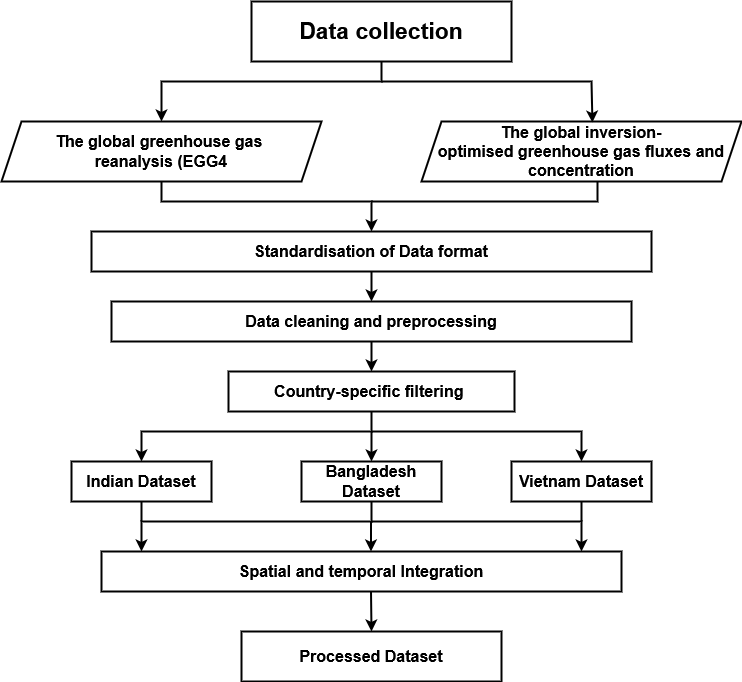
This is image/Architecture.png from abira-sengupta/Methane-Rice-paddies, a draw.io export, as it was before one commit. Source tidied: cells renumbered, new cells last; positions are measured from the earlier drawing's top-left corner, leaving out a move shared by most shapes. Source of this version:
```xml
<mxGraphModel>
  <root>
    <mxCell id="0" />
    <mxCell id="1" parent="0" />
    <mxCell id="2" value="&lt;b&gt;&lt;font style=&quot;font-size: 23px;&quot;&gt;Data collection&lt;/font&gt;&lt;/b&gt;" style="rounded=0;whiteSpace=wrap;html=1;strokeWidth=2;" parent="1" vertex="1">
      <mxGeometry x="250" width="260" height="60" as="geometry" />
    </mxCell>
    <mxCell id="3" value="&lt;b&gt;&lt;font style=&quot;font-size: 16px;&quot;&gt;The global greenhouse gas&amp;nbsp;&lt;/font&gt;&lt;/b&gt;&lt;div&gt;&lt;b&gt;&lt;font style=&quot;font-size: 16px;&quot;&gt;reanalysis (EGG4&lt;/font&gt;&lt;/b&gt;&lt;/div&gt;" style="shape=parallelogram;perimeter=parallelogramPerimeter;whiteSpace=wrap;html=1;fixedSize=1;strokeWidth=2;" parent="1" vertex="1">
      <mxGeometry y="120" width="320" height="60" as="geometry" />
    </mxCell>
    <mxCell id="4" value="&lt;div&gt;&lt;b&gt;&lt;font style=&quot;font-size: 16px;&quot;&gt;The global inversion-&lt;/font&gt;&lt;/b&gt;&lt;/div&gt;&lt;div&gt;&lt;b&gt;&lt;font style=&quot;font-size: 16px;&quot;&gt;optimised greenhouse gas fluxes and concentration&lt;/font&gt;&lt;/b&gt;&lt;/div&gt;" style="shape=parallelogram;perimeter=parallelogramPerimeter;whiteSpace=wrap;html=1;fixedSize=1;strokeWidth=2;" parent="1" vertex="1">
      <mxGeometry x="420" y="120" width="320" height="60" as="geometry" />
    </mxCell>
    <mxCell id="5" style="endArrow=classic;html=1;rounded=0;entryX=0.5;entryY=0;entryDx=0;entryDy=0;strokeWidth=2;exitX=0.5;exitY=1;exitDx=0;exitDy=0;" parent="1" edge="1" source="2" target="3">
      <mxGeometry relative="1" as="geometry">
        <Array as="points">
          <mxPoint x="380" y="80" />
          <mxPoint x="160" y="80" />
        </Array>
      </mxGeometry>
    </mxCell>
    <mxCell id="6" style="endArrow=classic;html=1;rounded=0;entryX=0.534;entryY=0.017;entryDx=0;entryDy=0;entryPerimeter=0;strokeWidth=2;" parent="1" edge="1" target="4">
      <mxGeometry relative="1" as="geometry">
        <mxPoint x="380" y="80" as="sourcePoint" />
        <Array as="points">
          <mxPoint x="590" y="80" />
        </Array>
      </mxGeometry>
    </mxCell>
    <mxCell id="7" value="&lt;b&gt;&lt;font style=&quot;font-size: 16px;&quot;&gt;Standardisation of Data format&lt;/font&gt;&lt;/b&gt;" style="rounded=0;whiteSpace=wrap;html=1;strokeWidth=2;" parent="1" vertex="1">
      <mxGeometry x="90" y="230" width="560" height="40" as="geometry" />
    </mxCell>
    <mxCell id="8" style="endArrow=classic;html=1;rounded=0;exitX=0.5;exitY=1;exitDx=0;exitDy=0;entryX=0.5;entryY=0;entryDx=0;entryDy=0;strokeWidth=2;" parent="1" edge="1" source="3" target="7">
      <mxGeometry relative="1" as="geometry">
        <Array as="points">
          <mxPoint x="160" y="200" />
          <mxPoint x="370" y="200" />
        </Array>
      </mxGeometry>
    </mxCell>
    <mxCell id="9" style="endArrow=none;html=1;rounded=0;entryX=0.55;entryY=1;entryDx=0;entryDy=0;entryPerimeter=0;strokeWidth=2;" parent="1" edge="1" target="4">
      <mxGeometry relative="1" as="geometry">
        <mxPoint x="370" y="200" as="sourcePoint" />
        <Array as="points">
          <mxPoint x="596" y="200" />
        </Array>
      </mxGeometry>
    </mxCell>
    <mxCell id="10" value="&lt;b&gt;&lt;font style=&quot;font-size: 16px;&quot;&gt;Data cleaning and preprocessing&lt;/font&gt;&lt;/b&gt;" style="rounded=0;whiteSpace=wrap;html=1;strokeWidth=2;" parent="1" vertex="1">
      <mxGeometry x="110" y="300" width="520" height="40" as="geometry" />
    </mxCell>
    <mxCell id="11" style="endArrow=classic;html=1;rounded=0;exitX=0.5;exitY=1;exitDx=0;exitDy=0;entryX=0.5;entryY=0;entryDx=0;entryDy=0;strokeWidth=2;" parent="1" edge="1" source="7" target="10">
      <mxGeometry relative="1" as="geometry" />
    </mxCell>
    <mxCell id="12" value="&lt;b&gt;&lt;font style=&quot;font-size: 16px;&quot;&gt;Country-specific filtering&amp;nbsp;&lt;/font&gt;&lt;/b&gt;" style="rounded=0;whiteSpace=wrap;html=1;strokeWidth=2;" parent="1" vertex="1">
      <mxGeometry x="227" y="370" width="286" height="40" as="geometry" />
    </mxCell>
    <mxCell id="13" style="endArrow=classic;html=1;rounded=0;entryX=0.5;entryY=0;entryDx=0;entryDy=0;exitX=0.5;exitY=1;exitDx=0;exitDy=0;strokeWidth=2;" parent="1" edge="1" source="10" target="12">
      <mxGeometry relative="1" as="geometry" />
    </mxCell>
    <mxCell id="14" value="&lt;font style=&quot;font-size: 16px;&quot;&gt;&lt;b&gt;Indian Dataset&lt;/b&gt;&lt;/font&gt;" style="rounded=0;whiteSpace=wrap;html=1;strokeWidth=2;" parent="1" vertex="1">
      <mxGeometry x="70" y="460" width="140" height="40" as="geometry" />
    </mxCell>
    <mxCell id="15" value="&lt;font style=&quot;font-size: 16px;&quot;&gt;&lt;b&gt;Bangladesh Dataset&lt;/b&gt;&lt;/font&gt;" style="rounded=0;whiteSpace=wrap;html=1;strokeWidth=2;" parent="1" vertex="1">
      <mxGeometry x="300" y="460" width="140" height="40" as="geometry" />
    </mxCell>
    <mxCell id="16" value="&lt;font style=&quot;font-size: 16px;&quot;&gt;&lt;b&gt;Vietnam Dataset&lt;/b&gt;&lt;/font&gt;" style="rounded=0;whiteSpace=wrap;html=1;strokeWidth=2;" parent="1" vertex="1">
      <mxGeometry x="510" y="460" width="140" height="40" as="geometry" />
    </mxCell>
    <mxCell id="17" style="endArrow=classic;html=1;rounded=0;entryX=0.5;entryY=0;entryDx=0;entryDy=0;exitX=0.5;exitY=1;exitDx=0;exitDy=0;strokeWidth=2;" parent="1" edge="1" source="12" target="14">
      <mxGeometry relative="1" as="geometry">
        <Array as="points">
          <mxPoint x="370" y="430" />
          <mxPoint x="140" y="430" />
        </Array>
      </mxGeometry>
    </mxCell>
    <mxCell id="18" style="endArrow=classic;html=1;rounded=0;entryX=0.5;entryY=0;entryDx=0;entryDy=0;strokeWidth=2;" parent="1" edge="1" target="16">
      <mxGeometry relative="1" as="geometry">
        <mxPoint x="370" y="430" as="sourcePoint" />
        <Array as="points">
          <mxPoint x="580" y="430" />
        </Array>
      </mxGeometry>
    </mxCell>
    <mxCell id="19" style="endArrow=classic;html=1;rounded=0;entryX=0.5;entryY=0;entryDx=0;entryDy=0;strokeWidth=2;" parent="1" edge="1" target="15">
      <mxGeometry relative="1" as="geometry">
        <mxPoint x="370" y="430" as="sourcePoint" />
      </mxGeometry>
    </mxCell>
    <mxCell id="20" value="&lt;b&gt;&lt;font style=&quot;font-size: 16px;&quot;&gt;Spatial and temporal Integration&lt;/font&gt;&lt;/b&gt;" style="rounded=0;whiteSpace=wrap;html=1;strokeWidth=2;" parent="1" vertex="1">
      <mxGeometry x="100" y="550" width="520" height="40" as="geometry" />
    </mxCell>
    <mxCell id="21" style="endArrow=classic;html=1;rounded=0;entryX=0.5;entryY=0;entryDx=0;entryDy=0;exitX=0.5;exitY=1;exitDx=0;exitDy=0;strokeWidth=2;" parent="1" edge="1">
      <mxGeometry relative="1" as="geometry">
        <mxPoint x="370" y="500" as="sourcePoint" />
        <mxPoint x="140" y="550" as="targetPoint" />
        <Array as="points">
          <mxPoint x="370" y="520" />
          <mxPoint x="140" y="520" />
        </Array>
      </mxGeometry>
    </mxCell>
    <mxCell id="22" style="endArrow=classic;html=1;rounded=0;entryX=0.5;entryY=0;entryDx=0;entryDy=0;strokeWidth=2;" parent="1" edge="1">
      <mxGeometry relative="1" as="geometry">
        <mxPoint x="370" y="520" as="sourcePoint" />
        <mxPoint x="580" y="550" as="targetPoint" />
        <Array as="points">
          <mxPoint x="580" y="520" />
        </Array>
      </mxGeometry>
    </mxCell>
    <mxCell id="23" style="endArrow=classic;html=1;rounded=0;entryX=0.5;entryY=0;entryDx=0;entryDy=0;strokeWidth=2;" parent="1" edge="1">
      <mxGeometry relative="1" as="geometry">
        <mxPoint x="369.5" y="520" as="sourcePoint" />
        <mxPoint x="369.5" y="550" as="targetPoint" />
      </mxGeometry>
    </mxCell>
    <mxCell id="24" style="endArrow=none;html=1;rounded=0;entryX=0.5;entryY=1;entryDx=0;entryDy=0;strokeWidth=2;" parent="1" edge="1" target="14">
      <mxGeometry relative="1" as="geometry">
        <mxPoint x="140" y="520" as="sourcePoint" />
      </mxGeometry>
    </mxCell>
    <mxCell id="25" style="endArrow=none;html=1;rounded=0;entryX=0.5;entryY=1;entryDx=0;entryDy=0;strokeWidth=2;" parent="1" edge="1" target="16">
      <mxGeometry relative="1" as="geometry">
        <mxPoint x="580" y="520" as="sourcePoint" />
      </mxGeometry>
    </mxCell>
    <mxCell id="26" value="&lt;b&gt;&lt;font style=&quot;font-size: 16px;&quot;&gt;Processed Dataset&lt;/font&gt;&lt;/b&gt;" style="rounded=0;whiteSpace=wrap;html=1;strokeWidth=2;" parent="1" vertex="1">
      <mxGeometry x="240" y="630" width="260" height="50" as="geometry" />
    </mxCell>
    <mxCell id="27" style="endArrow=classic;html=1;rounded=0;entryX=0.5;entryY=0;entryDx=0;entryDy=0;strokeWidth=2;" parent="1" edge="1" target="26">
      <mxGeometry relative="1" as="geometry">
        <mxPoint x="369.5" y="590" as="sourcePoint" />
      </mxGeometry>
    </mxCell>
  </root>
</mxGraphModel>
```
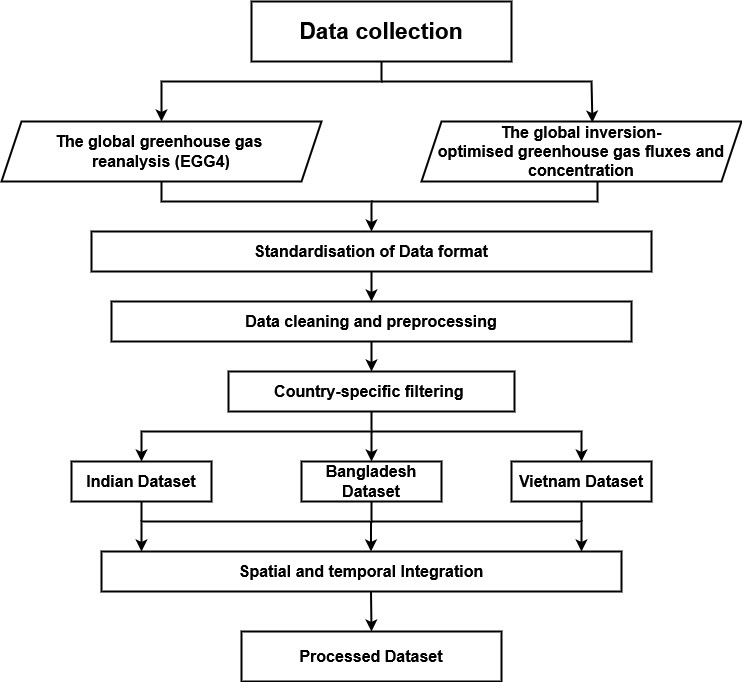
After the commit.

What changed in the source:
```diff
@@ -5,7 +5,7 @@
     <mxCell id="2" value="&lt;b&gt;&lt;font style=&quot;font-size: 23px;&quot;&gt;Data collection&lt;/font&gt;&lt;/b&gt;" style="rounded=0;whiteSpace=wrap;html=1;strokeWidth=2;" parent="1" vertex="1">
       <mxGeometry x="250" width="260" height="60" as="geometry" />
     </mxCell>
-    <mxCell id="3" value="&lt;b&gt;&lt;font style=&quot;font-size: 16px;&quot;&gt;The global greenhouse gas&amp;nbsp;&lt;/font&gt;&lt;/b&gt;&lt;div&gt;&lt;b&gt;&lt;font style=&quot;font-size: 16px;&quot;&gt;reanalysis (EGG4&lt;/font&gt;&lt;/b&gt;&lt;/div&gt;" style="shape=parallelogram;perimeter=parallelogramPerimeter;whiteSpace=wrap;html=1;fixedSize=1;strokeWidth=2;" parent="1" vertex="1">
+    <mxCell id="3" value="&lt;b&gt;&lt;font style=&quot;font-size: 16px;&quot;&gt;The global greenhouse gas&amp;nbsp;&lt;/font&gt;&lt;/b&gt;&lt;div&gt;&lt;b&gt;&lt;font style=&quot;font-size: 16px;&quot;&gt;reanalysis (EGG4)&lt;/font&gt;&lt;/b&gt;&lt;/div&gt;" style="shape=parallelogram;perimeter=parallelogramPerimeter;whiteSpace=wrap;html=1;fixedSize=1;strokeWidth=2;" parent="1" vertex="1">
       <mxGeometry y="120" width="320" height="60" as="geometry" />
     </mxCell>
     <mxCell id="4" value="&lt;div&gt;&lt;b&gt;&lt;font style=&quot;font-size: 16px;&quot;&gt;The global inversion-&lt;/font&gt;&lt;/b&gt;&lt;/div&gt;&lt;div&gt;&lt;b&gt;&lt;font style=&quot;font-size: 16px;&quot;&gt;optimised greenhouse gas fluxes and concentration&lt;/font&gt;&lt;/b&gt;&lt;/div&gt;" style="shape=parallelogram;perimeter=parallelogramPerimeter;whiteSpace=wrap;html=1;fixedSize=1;strokeWidth=2;" parent="1" vertex="1">
```
